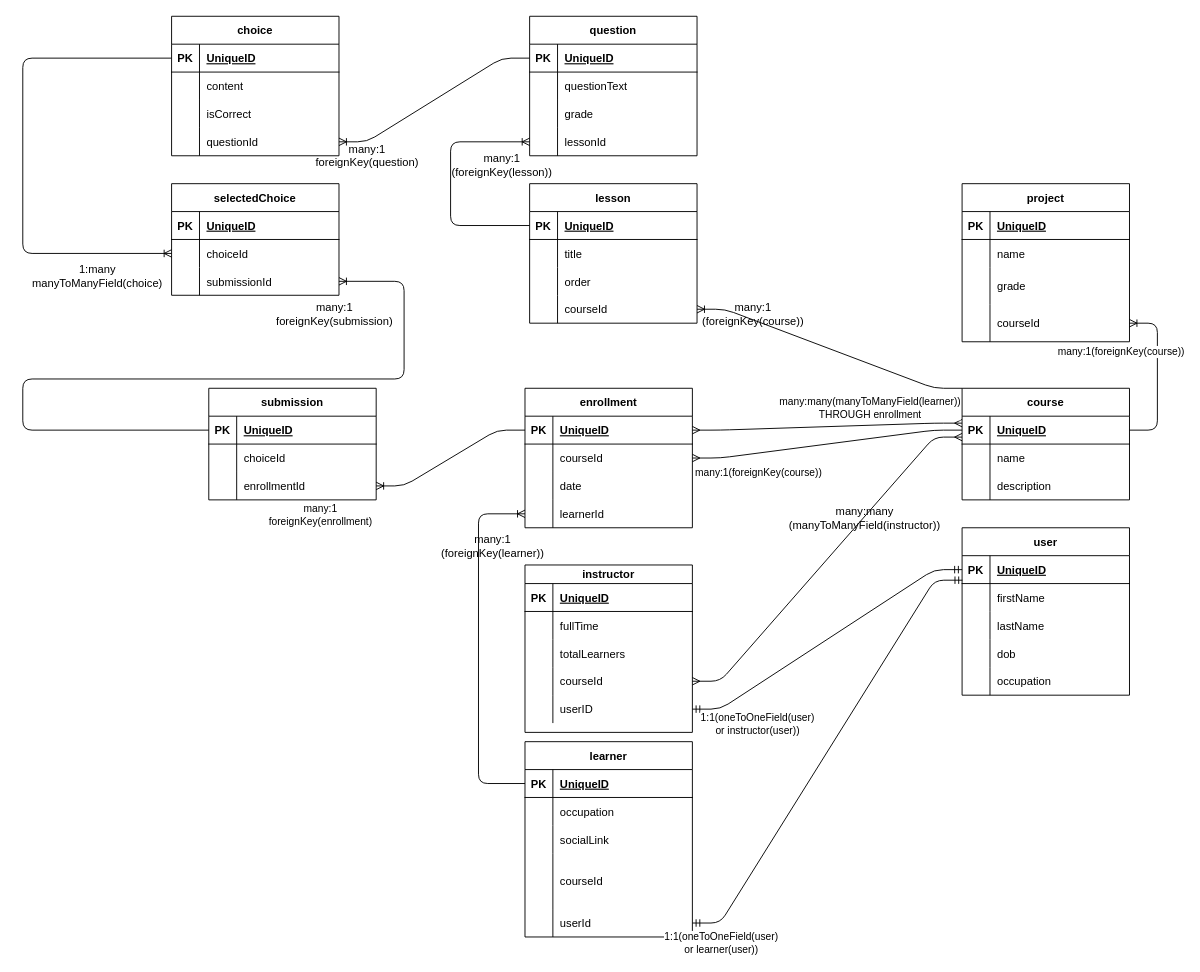
This is onlineCourseERDiagram.drawio from vsirucek/final-cloud-app-with-database, a draw.io file, before an edit. Source tidied: cells renumbered, new cells numbered last; positions are measured from the earlier drawing's top-left corner, leaving out a move shared by most shapes. Both pictures are drawn from the tidied source at 93%, with x=0, y=0 at pixel (22, 16).
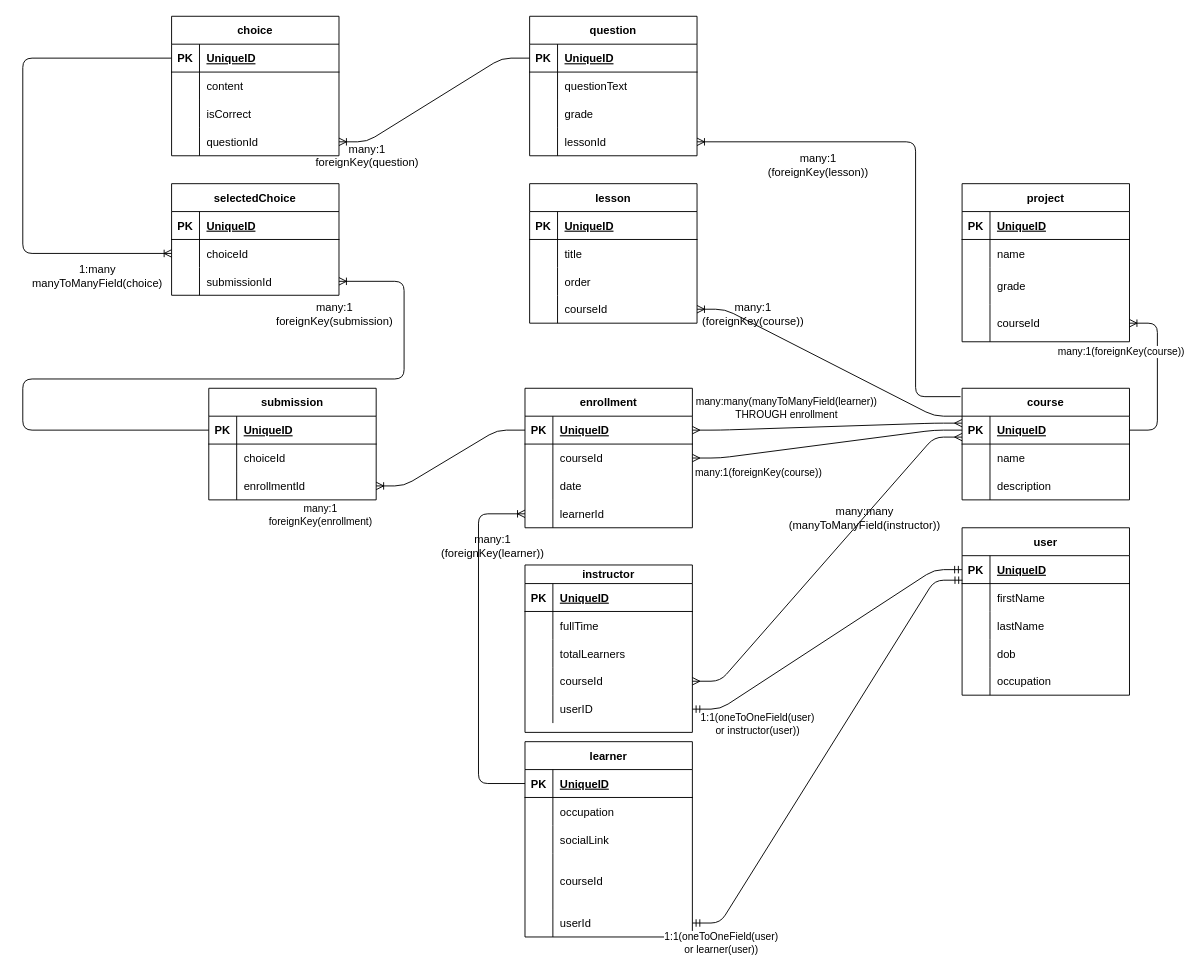
The same diagram, later.

Unchanged cells that the change refers to:
```xml
<mxCell id="2" value="course" style="shape=table;startSize=30;childLayout=tableLayout;rowLines=0;fontStyle=1;align=center;" parent="1" vertex="1">
  <mxGeometry x="1010" y="400" width="180" height="120" as="geometry" />
</mxCell>
<mxCell id="77" style="edgeStyle=entityRelationEdgeStyle;fontSize=12;html=1;endArrow=ERmany;startArrow=ERmany;entryX=0;entryY=0.25;entryDx=0;entryDy=0;exitX=1;exitY=0.5;exitDx=0;exitDy=0;" parent="1" edge="1" source="80" target="3">
  <mxGeometry relative="1" as="geometry" />
</mxCell>
<mxCell id="102" value="PK" style="shape=partialRectangle;fillColor=none;top=0;left=0;bottom=0;right=0;fontStyle=1;overflow=hidden;" parent="101" vertex="1">
  <mxGeometry width="30" height="30" as="geometry" />
</mxCell>
<mxCell id="110" style="shape=tableRow;horizontal=0;startSize=0;swimlaneHead=0;swimlaneBody=0;fillColor=none;points=[[0,0.5],[1,0.5]];portConstraint=eastwest;top=0;left=0;right=0;bottom=0;" parent="100" vertex="1">
  <mxGeometry y="120" width="180" height="30" as="geometry" />
</mxCell>
<mxCell id="125" style="shape=tableRow;horizontal=0;startSize=0;swimlaneHead=0;swimlaneBody=0;fillColor=none;points=[[0,0.5],[1,0.5]];portConstraint=eastwest;top=0;left=0;right=0;bottom=0;" parent="115" vertex="1">
  <mxGeometry y="120" width="180" height="30" as="geometry" />
</mxCell>
```

The edit, as a diff of the source:
```diff
@@
     <mxCell id="78" value="many:many(manyToManyField(learner))&lt;br&gt;THROUGH enrollment" style="edgeLabel;html=1;align=center;verticalAlign=middle;" parent="77" vertex="1">
       <mxGeometry x="-0.81" relative="1" as="geometry">
-        <mxPoint x="162" y="-25" as="offset" />
+        <mxPoint x="72" y="-25" as="offset" />
       </mxGeometry>
     </mxCell>
@@
-    <mxCell id="113" style="edgeStyle=entityRelationEdgeStyle;fontSize=12;html=1;endArrow=ERoneToMany;exitX=0;exitY=0;exitDx=0;exitDy=0;entryX=1;entryY=0.5;entryDx=0;entryDy=0;" parent="1" edge="1" source="2" target="110">
+    <mxCell id="113" style="edgeStyle=entityRelationEdgeStyle;fontSize=12;html=1;endArrow=ERoneToMany;exitX=0;exitY=0.25;exitDx=0;exitDy=0;entryX=1;entryY=0.5;entryDx=0;entryDy=0;" parent="1" edge="1" source="2" target="110">
       <mxGeometry relative="1" as="geometry" />
     </mxCell>
@@
-    <mxCell id="128" style="edgeStyle=elbowEdgeStyle;fontSize=12;html=1;endArrow=ERoneToMany;exitX=0;exitY=0.5;exitDx=0;exitDy=0;entryX=0;entryY=0.5;entryDx=0;entryDy=0;" parent="1" edge="1" source="102" target="125">
+    <mxCell id="128" style="edgeStyle=elbowEdgeStyle;fontSize=12;html=1;endArrow=ERoneToMany;exitX=-0.009;exitY=0.075;exitDx=0;exitDy=0;entryX=1;entryY=0.5;entryDx=0;entryDy=0;exitPerimeter=0;" parent="1" edge="1" source="2" target="125">
       <mxGeometry relative="1" as="geometry">
         <Array as="points">
-          <mxPoint x="460" y="190" />
+          <mxPoint x="960" y="270" />
         </Array>
       </mxGeometry>
     </mxCell>
     <mxCell id="129" value="many:1&lt;br&gt;(foreignKey(lesson))" style="text;html=1;align=center;verticalAlign=middle;strokeColor=none;fillColor=none;" parent="1" vertex="1">
-      <mxGeometry x="450" y="140" width="130" height="40" as="geometry" />
+      <mxGeometry x="790" y="140" width="130" height="40" as="geometry" />
     </mxCell>
```
